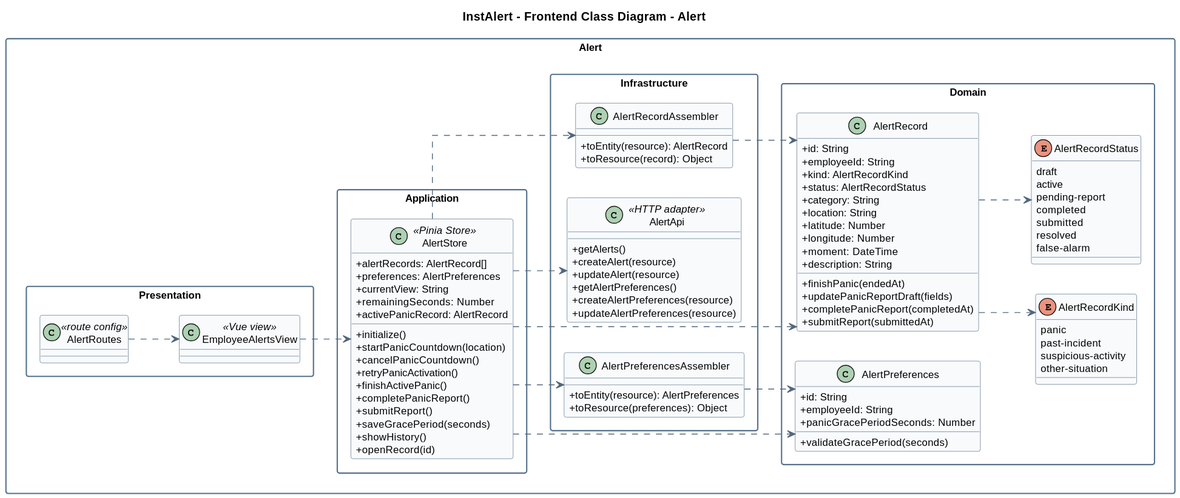
Earlier version of the PlantUML export assets/Chapter4/class-diagrams/alert.svg (LosIncreiblesCorp/losIncreibles-project-report).
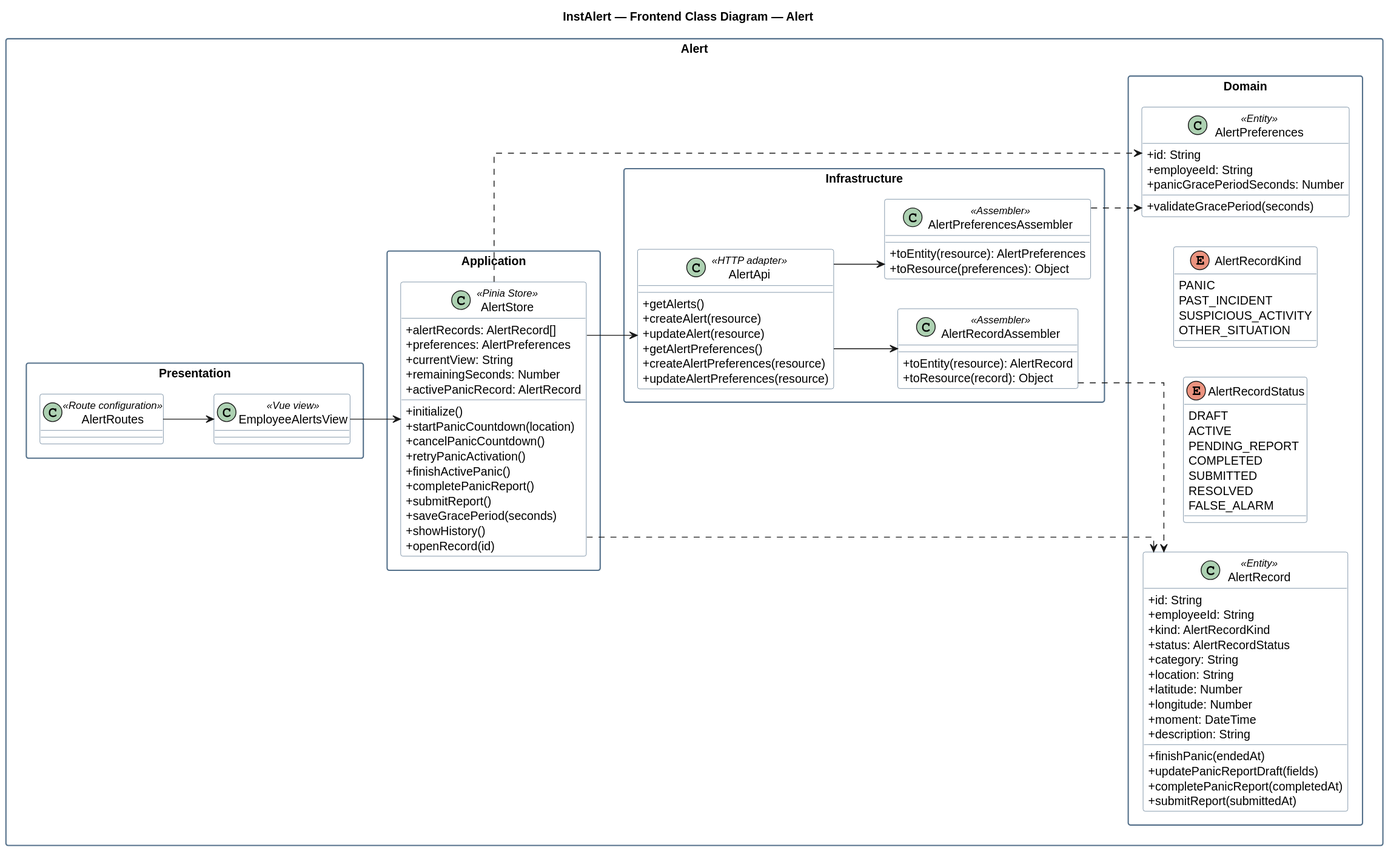
After the commit.

The edit, as a diff of the source:
```diff
@@ -1,21 +1,17 @@
 @startuml
-title InstAlert - Frontend Class Diagram - Alert
-
+title InstAlert — Frontend Class Diagram — Alert
 left to right direction
 skinparam packageStyle rectangle
+skinparam shadowing false
 skinparam classAttributeIconSize 0
-skinparam shadowing false
 skinparam linetype ortho
-skinparam defaultFontSize 12
 skinparam packageBorderColor #55718B
-skinparam classBorderColor #58728B
-skinparam ArrowColor #52677C
-skinparam packageBackgroundColor #FFFFFF
-skinparam classBackgroundColor #F8FAFC
+skinparam classBorderColor #55718B
+skinparam classBackgroundColor #FFFFFF
 
-package "Alert" as alertContext {
-  package "Domain" as alertDomain {
-    class "AlertRecord" as alertRecord {
+package "Alert" {
+  package "Domain" {
+    class AlertRecord <<Entity>> {
       +id: String
       +employeeId: String
       +kind: AlertRecordKind
@@ -31,30 +27,31 @@
       +completePanicReport(completedAt)
       +submitReport(submittedAt)
     }
-    enum "AlertRecordKind" as alertRecordKind {
-      panic
-      past-incident
-      suspicious-activity
-      other-situation
+    enum AlertRecordKind {
+      PANIC
+      PAST_INCIDENT
+      SUSPICIOUS_ACTIVITY
+      OTHER_SITUATION
     }
-    enum "AlertRecordStatus" as alertRecordStatus {
-      draft
-      active
-      pending-report
-      completed
-      submitted
-      resolved
-      false-alarm
+    enum AlertRecordStatus {
+      DRAFT
+      ACTIVE
+      PENDING_REPORT
+      COMPLETED
+      SUBMITTED
+      RESOLVED
+      FALSE_ALARM
     }
-    class "AlertPreferences" as alertPreferences {
+    class AlertPreferences <<Entity>> {
       +id: String
       +employeeId: String
       +panicGracePeriodSeconds: Number
       +validateGracePeriod(seconds)
     }
   }
-  package "Application" as alertApplication {
-    class "AlertStore" as alertStore <<Pinia Store>> {
+
+  package "Application" {
+    class AlertStore <<Pinia Store>> {
       +alertRecords: AlertRecord[]
       +preferences: AlertPreferences
       +currentView: String
@@ -72,8 +69,9 @@
       +openRecord(id)
     }
   }
-  package "Infrastructure" as alertInfrastructure {
-    class "AlertApi" as alertApi <<HTTP adapter>> {
+
+  package "Infrastructure" {
+    class AlertApi <<HTTP adapter>> {
       +getAlerts()
       +createAlert(resource)
       +updateAlert(resource)
@@ -81,29 +79,29 @@
       +createAlertPreferences(resource)
       +updateAlertPreferences(resource)
     }
-    class "AlertRecordAssembler" as alertRecordAssembler {
+    class AlertRecordAssembler <<Assembler>> {
       +toEntity(resource): AlertRecord
       +toResource(record): Object
     }
-    class "AlertPreferencesAssembler" as alertPreferencesAssembler {
+    class AlertPreferencesAssembler <<Assembler>> {
       +toEntity(resource): AlertPreferences
       +toResource(preferences): Object
     }
   }
-  package "Presentation" as alertPresentation {
-    class "AlertRoutes" as alertRoutes <<route config>>
-    class "EmployeeAlertsView" as employeeAlertsView <<Vue view>>
+
+  package "Presentation" {
+    class AlertRoutes <<Route configuration>>
+    class EmployeeAlertsView <<Vue view>>
   }
 }
-alertRoutes ..> employeeAlertsView
-employeeAlertsView ..> alertStore
-alertStore ..> alertApi
-alertStore ..> alertRecordAssembler
-alertStore ..> alertPreferencesAssembler
-alertStore ..> alertRecord
-alertStore ..> alertPreferences
-alertRecord ..> alertRecordKind
-alertRecord ..> alertRecordStatus
-alertRecordAssembler ..> alertRecord
-alertPreferencesAssembler ..> alertPreferences
+
+AlertStore --> AlertApi
+AlertStore ..> AlertRecord
+AlertStore ..> AlertPreferences
+AlertApi --> AlertRecordAssembler
+AlertApi --> AlertPreferencesAssembler
+AlertRecordAssembler ..> AlertRecord
+AlertPreferencesAssembler ..> AlertPreferences
+AlertRoutes --> EmployeeAlertsView
+EmployeeAlertsView --> AlertStore
 @enduml
```
